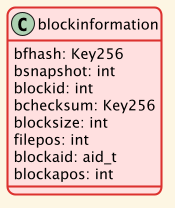
Before: out/relations.uml/assembly/blockinformation.png, a diagram exported from PlantUML (eLyKseeR/modelling).
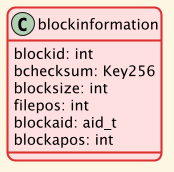
Above is the later version.

Diff of the diagram source:
```diff
@@ -3,8 +3,6 @@
 !theme sunlust
 
 class blockinformation {
-    bfhash: Key256
-    bsnapshot: int
     blockid: int
     bchecksum: Key256
     blocksize: int
```
